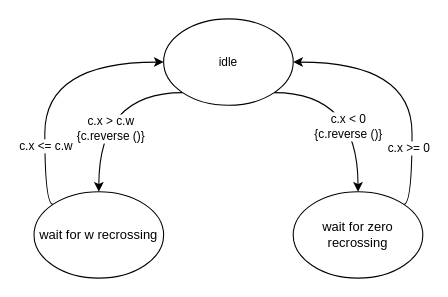
This is looptest.drawio from guitarvydas/sm, a draw.io file, before an edit. Source tidied: cells renumbered, new cells numbered last; positions are measured from the earlier drawing's top-left corner, leaving out a move shared by most shapes. Both pictures are drawn from the tidied source at 108%, with x=0, y=0 at pixel (33, 18).
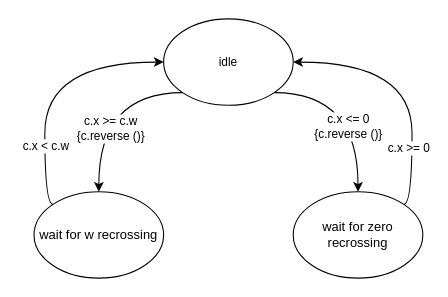
The same page after the edit.

The edit, as a diff of the source:
```diff
@@
 <mxGraphModel>
   <root>
     <mxCell id="0" />
     <mxCell id="1" parent="0" />
     <mxCell id="2" style="edgeStyle=orthogonalEdgeStyle;shape=connector;curved=1;rounded=0;jettySize=auto;html=1;exitX=0;exitY=1;exitDx=0;exitDy=0;entryX=0.5;entryY=0;entryDx=0;entryDy=0;strokeColor=default;align=center;verticalAlign=middle;fontFamily=Helvetica;fontSize=11;fontColor=default;labelBackgroundColor=default;endArrow=classic;" parent="1" edge="1" source="6" target="9">
       <mxGeometry relative="1" as="geometry">
         <Array as="points">
           <mxPoint x="60" y="68" />
         </Array>
       </mxGeometry>
     </mxCell>
-    <mxCell id="3" value="c.x &amp;gt; c.w&lt;div&gt;{c.reverse ()}&lt;/div&gt;" style="edgeLabel;html=1;align=center;verticalAlign=middle;fontFamily=Helvetica;fontSize=11;fontColor=default;labelBackgroundColor=default;" parent="2" vertex="1">
+    <mxCell id="3" value="c.x &amp;gt;= c.w&lt;div&gt;{c.reverse ()}&lt;/div&gt;" style="edgeLabel;html=1;align=center;verticalAlign=middle;fontFamily=Helvetica;fontSize=11;fontColor=default;labelBackgroundColor=default;" parent="2" vertex="1">
       <mxGeometry x="0.31" y="10" relative="1" as="geometry" />
     </mxCell>
     <mxCell id="4" style="edgeStyle=orthogonalEdgeStyle;shape=connector;curved=1;rounded=0;jettySize=auto;html=1;exitX=1;exitY=1;exitDx=0;exitDy=0;entryX=0.5;entryY=0;entryDx=0;entryDy=0;strokeColor=default;align=center;verticalAlign=middle;fontFamily=Helvetica;fontSize=11;fontColor=default;labelBackgroundColor=default;endArrow=classic;" parent="1" edge="1" source="6" target="12">
       <mxGeometry relative="1" as="geometry">
         <Array as="points">
           <mxPoint x="300" y="68" />
         </Array>
       </mxGeometry>
     </mxCell>
-    <mxCell id="5" value="c.x &amp;lt; 0&lt;div&gt;{c.reverse ()}&lt;/div&gt;" style="edgeLabel;html=1;align=center;verticalAlign=middle;fontFamily=Helvetica;fontSize=11;fontColor=default;labelBackgroundColor=default;" parent="4" vertex="1">
+    <mxCell id="5" value="c.x &amp;lt;= 0&lt;div&gt;{c.reverse ()}&lt;/div&gt;" style="edgeLabel;html=1;align=center;verticalAlign=middle;fontFamily=Helvetica;fontSize=11;fontColor=default;labelBackgroundColor=default;" parent="4" vertex="1">
       <mxGeometry x="0.43" y="-7" relative="1" as="geometry">
         <mxPoint x="-3" y="-12" as="offset" />
       </mxGeometry>
     </mxCell>
     <mxCell id="6" value="idle" style="ellipse;whiteSpace=wrap;html=1;fontFamily=Helvetica;fontSize=11;fontColor=default;labelBackgroundColor=none;" parent="1" vertex="1">
       <mxGeometry x="120" width="120" height="80" as="geometry" />
     </mxCell>
     <mxCell id="7" style="edgeStyle=orthogonalEdgeStyle;shape=connector;curved=1;rounded=0;jettySize=auto;html=1;exitX=0;exitY=0;exitDx=0;exitDy=0;entryX=0;entryY=0.5;entryDx=0;entryDy=0;strokeColor=default;align=center;verticalAlign=middle;fontFamily=Helvetica;fontSize=11;fontColor=default;labelBackgroundColor=default;endArrow=classic;" parent="1" edge="1" source="9" target="6">
       <mxGeometry relative="1" as="geometry">
         <Array as="points">
           <mxPoint x="10" y="172" />
           <mxPoint x="10" y="40" />
         </Array>
       </mxGeometry>
     </mxCell>
-    <mxCell id="8" value="c.x &amp;lt;= c.w" style="edgeLabel;html=1;align=center;verticalAlign=middle;fontFamily=Helvetica;fontSize=11;fontColor=default;labelBackgroundColor=default;" parent="7" vertex="1">
+    <mxCell id="8" value="c.x &amp;lt; c.w" style="edgeLabel;html=1;align=center;verticalAlign=middle;fontFamily=Helvetica;fontSize=11;fontColor=default;labelBackgroundColor=default;" parent="7" vertex="1">
       <mxGeometry x="-0.5" relative="1" as="geometry" />
     </mxCell>
     <mxCell id="9" value="&lt;div style=&quot;font-size: 12px;&quot;&gt;wait for w recrossing&lt;/div&gt;" style="ellipse;whiteSpace=wrap;html=1;fontFamily=Helvetica;fontSize=11;fontColor=default;labelBackgroundColor=none;" parent="1" vertex="1">
       <mxGeometry y="160" width="120" height="80" as="geometry" />
     </mxCell>
     <mxCell id="10" style="edgeStyle=orthogonalEdgeStyle;shape=connector;curved=1;rounded=0;jettySize=auto;html=1;exitX=1;exitY=0;exitDx=0;exitDy=0;entryX=1;entryY=0.5;entryDx=0;entryDy=0;strokeColor=default;align=center;verticalAlign=middle;fontFamily=Helvetica;fontSize=11;fontColor=default;labelBackgroundColor=default;endArrow=classic;" parent="1" edge="1" source="12" target="6">
       <mxGeometry relative="1" as="geometry">
         <Array as="points">
           <mxPoint x="350" y="172" />
           <mxPoint x="350" y="40" />
         </Array>
       </mxGeometry>
     </mxCell>
     <mxCell id="11" value="c.x &amp;gt;= 0" style="edgeLabel;html=1;align=center;verticalAlign=middle;fontFamily=Helvetica;fontSize=11;fontColor=default;labelBackgroundColor=default;" parent="10" vertex="1">
       <mxGeometry x="-0.52" y="4" relative="1" as="geometry" />
     </mxCell>
     <mxCell id="12" value="&lt;div style=&quot;font-size: 12px;&quot;&gt;wait for zero recrossing&lt;/div&gt;" style="ellipse;whiteSpace=wrap;html=1;fontFamily=Helvetica;fontSize=11;fontColor=default;labelBackgroundColor=none;" parent="1" vertex="1">
       <mxGeometry x="240" y="160" width="120" height="80" as="geometry" />
     </mxCell>
   </root>
 </mxGraphModel>
```
